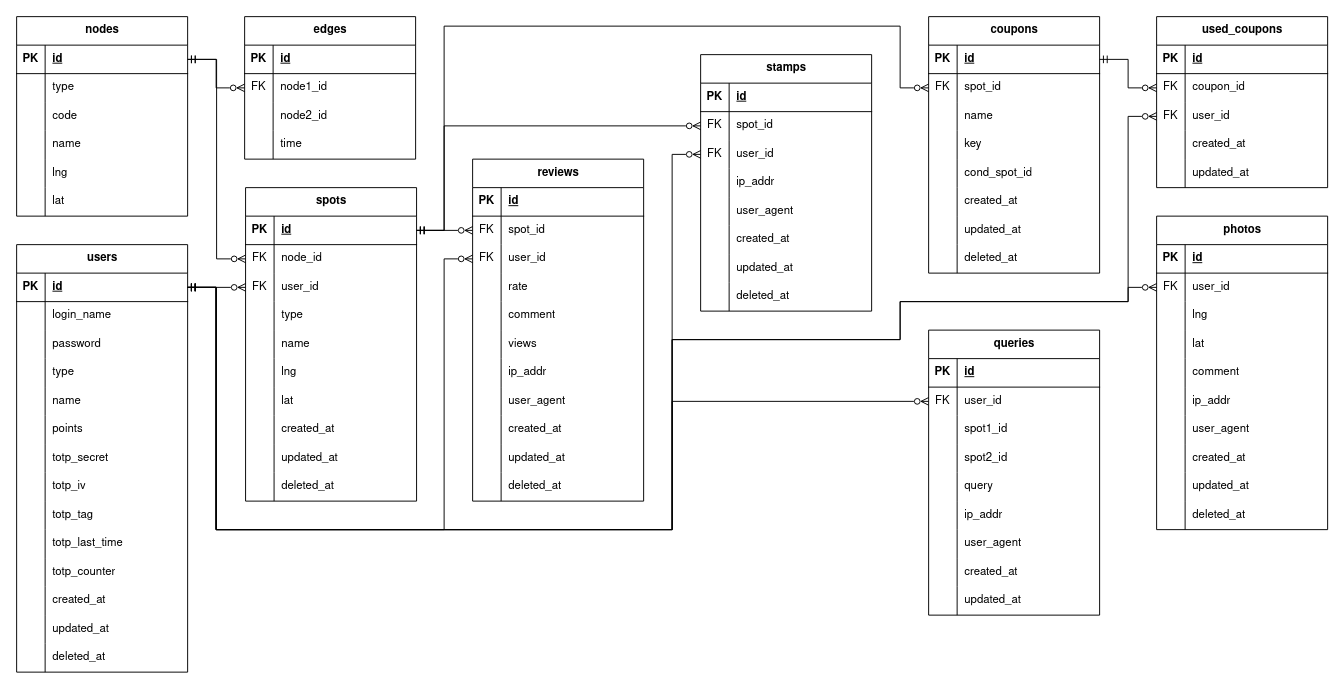
Above: docs/figure/gaibu-er.drawio in r02092/se2025 (draw.io), before the change. Source tidied: cells renumbered, new cells numbered last; positions are measured from the earlier drawing's top-left corner, leaving out a move shared by most shapes. Both pictures are drawn from the tidied source at 95%, with x=0, y=0 at pixel (16, 16).
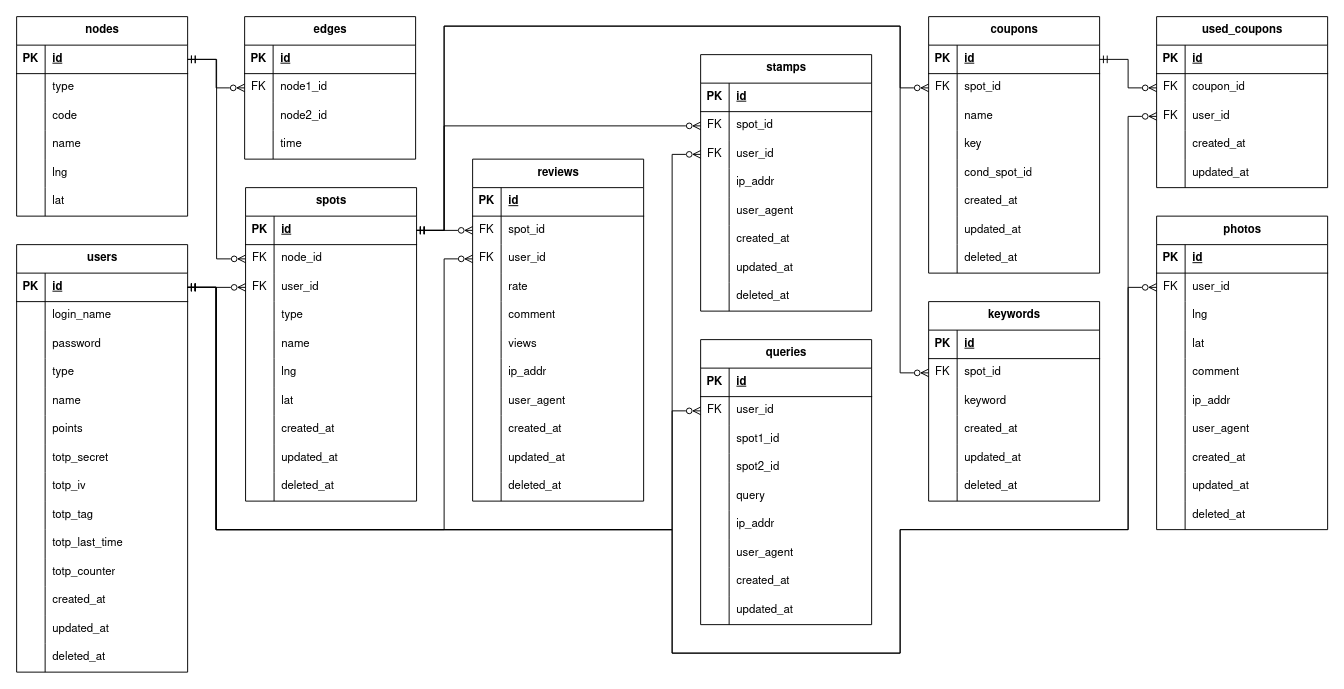
The same page after the edit.

Commit message (it also covers changes not shown here):
スポットに関連付けたキーワード(作品名など)を保存するテーブルを追加

The change refers to these unchanged cells:
```xml
<mxCell id="36" style="shape=tableRow;horizontal=0;startSize=0;swimlaneHead=0;swimlaneBody=0;fillColor=none;points=[[0,0.5],[1,0.5]];portConstraint=eastwest;top=0;left=0;right=0;bottom=1;fontFamily=Nimbus Sans;" parent="35" vertex="1">
  <mxGeometry y="30" width="180" height="30" as="geometry" />
</mxCell>
<mxCell id="68" style="shape=tableRow;horizontal=0;startSize=0;swimlaneHead=0;swimlaneBody=0;fillColor=none;points=[[0,0.5],[1,0.5]];portConstraint=eastwest;top=0;left=0;right=0;bottom=1;fontFamily=Nimbus Sans;" parent="67" vertex="1">
  <mxGeometry y="30" width="180" height="30" as="geometry" />
</mxCell>
<mxCell id="148" style="shape=tableRow;horizontal=0;startSize=0;swimlaneHead=0;swimlaneBody=0;fillColor=none;points=[[0,0.5],[1,0.5]];portConstraint=eastwest;top=0;left=0;right=0;bottom=0;fontFamily=Nimbus Sans;" parent="144" vertex="1">
  <mxGeometry y="60" width="180" height="30" as="geometry" />
</mxCell>
<mxCell id="239" style="shape=tableRow;horizontal=0;startSize=0;swimlaneHead=0;swimlaneBody=0;fillColor=none;points=[[0,0.5],[1,0.5]];portConstraint=eastwest;top=0;left=0;right=0;bottom=0;fontFamily=Nimbus Sans;" parent="232" vertex="1">
  <mxGeometry y="90" width="180" height="30" as="geometry" />
</mxCell>
<mxCell id="254" style="shape=tableRow;horizontal=0;startSize=0;swimlaneHead=0;swimlaneBody=0;fillColor=none;points=[[0,0.5],[1,0.5]];portConstraint=eastwest;top=0;left=0;right=0;bottom=0;fontFamily=Nimbus Sans;" parent="250" vertex="1">
  <mxGeometry y="60" width="180" height="30" as="geometry" />
</mxCell>
```

What changed in the source:
```diff
@@
     <mxCell id="201" style="edgeStyle=orthogonalEdgeStyle;rounded=0;jettySize=auto;html=1;exitX=1;exitY=0.5;exitDx=0;exitDy=0;startArrow=ERmandOne;startFill=0;endArrow=ERzeroToMany;endFill=0;entryX=0;entryY=0.5;entryDx=0;entryDy=0;" parent="1" edge="1" source="68" target="148">
       <mxGeometry relative="1" as="geometry">
         <Array as="points">
           <mxPoint x="210" y="285" />
           <mxPoint x="210" y="540" />
           <mxPoint x="690" y="540" />
-          <mxPoint x="690" y="340" />
-          <mxPoint x="930" y="340" />
-          <mxPoint x="930" y="300" />
-          <mxPoint x="1170" y="300" />
+          <mxPoint x="690" y="670" />
+          <mxPoint x="930" y="670" />
+          <mxPoint x="930" y="540" />
+          <mxPoint x="1170" y="540" />
           <mxPoint x="1170" y="285" />
         </Array>
       </mxGeometry>
     </mxCell>
@@
     <mxCell id="249" style="edgeStyle=orthogonalEdgeStyle;rounded=0;jettySize=auto;html=1;exitX=1;exitY=0.5;exitDx=0;exitDy=0;entryX=0;entryY=0.5;entryDx=0;entryDy=0;startArrow=ERmandOne;startFill=0;endArrow=ERzeroToMany;endFill=0;" parent="1" edge="1" source="68" target="239">
       <mxGeometry relative="1" as="geometry">
         <Array as="points">
           <mxPoint x="210" y="285" />
           <mxPoint x="210" y="540" />
           <mxPoint x="690" y="540" />
-          <mxPoint x="690" y="340" />
-          <mxPoint x="930" y="340" />
-          <mxPoint x="930" y="300" />
-          <mxPoint x="1170" y="300" />
+          <mxPoint x="690" y="670" />
+          <mxPoint x="930" y="670" />
+          <mxPoint x="930" y="540" />
+          <mxPoint x="1170" y="540" />
           <mxPoint x="1170" y="105" />
         </Array>
       </mxGeometry>
     </mxCell>
     <mxCell id="250" value="queries" style="shape=table;startSize=30;childLayout=tableLayout;rowLines=0;fontStyle=1;align=center;html=1;fontFamily=Nimbus Sans;" parent="1" vertex="1">
-      <mxGeometry x="960" y="330" width="180" height="300" as="geometry" />
+      <mxGeometry x="720" y="340" width="180" height="300" as="geometry" />
     </mxCell>
@@
     <mxCell id="278" style="edgeStyle=orthogonalEdgeStyle;rounded=0;jettySize=auto;html=1;exitX=1;exitY=0.5;exitDx=0;exitDy=0;entryX=0;entryY=0.5;entryDx=0;entryDy=0;startArrow=ERmandOne;startFill=0;endArrow=ERzeroToMany;endFill=0;" parent="1" edge="1" source="68" target="254">
       <mxGeometry relative="1" as="geometry">
         <Array as="points">
           <mxPoint x="210" y="285" />
           <mxPoint x="210" y="540" />
           <mxPoint x="690" y="540" />
-          <mxPoint x="690" y="405" />
+          <mxPoint x="690" y="415" />
         </Array>
       </mxGeometry>
     </mxCell>
+    <mxCell id="279" value="keywords" style="shape=table;startSize=30;childLayout=tableLayout;rowLines=0;fontStyle=1;align=center;html=1;fontFamily=Nimbus Sans;" parent="1" vertex="1">
+      <mxGeometry x="960" y="300" width="180" height="210" as="geometry" />
+    </mxCell>
+    <mxCell id="280" style="shape=tableRow;horizontal=0;startSize=0;swimlaneHead=0;swimlaneBody=0;fillColor=none;top=0;left=0;right=0;bottom=1;fontFamily=Nimbus Sans;" parent="279" vertex="1">
+      <mxGeometry y="30" width="180" height="30" as="geometry" />
+    </mxCell>
+    <mxCell id="281" value="PK" style="shape=partialRectangle;fillColor=none;top=0;left=0;bottom=0;right=0;fontStyle=1;overflow=hidden;whiteSpace=wrap;html=1;fontFamily=Nimbus Sans;" parent="280" vertex="1">
+      <mxGeometry width="30" height="30" as="geometry" />
+    </mxCell>
+    <mxCell id="282" value="id" style="shape=partialRectangle;fillColor=none;top=0;left=0;bottom=0;right=0;align=left;spacingLeft=6;fontStyle=5;overflow=hidden;whiteSpace=wrap;html=1;fontFamily=Nimbus Sans;" parent="280" vertex="1">
+      <mxGeometry x="30" width="150" height="30" as="geometry" />
+    </mxCell>
+    <mxCell id="283" style="shape=tableRow;horizontal=0;startSize=0;swimlaneHead=0;swimlaneBody=0;fillColor=none;points=[[0,0.5],[1,0.5]];portConstraint=eastwest;top=0;left=0;right=0;bottom=0;fontFamily=Nimbus Sans;" parent="279" vertex="1">
+      <mxGeometry y="60" width="180" height="30" as="geometry" />
+    </mxCell>
+    <mxCell id="284" value="FK" style="shape=partialRectangle;fillColor=none;top=0;left=0;bottom=0;right=0;overflow=hidden;whiteSpace=wrap;html=1;fontFamily=Nimbus Sans;" parent="283" vertex="1">
+      <mxGeometry width="30" height="30" as="geometry" />
+    </mxCell>
+    <mxCell id="285" value="spot_id" style="shape=partialRectangle;fillColor=none;top=0;left=0;bottom=0;right=0;align=left;spacingLeft=6;overflow=hidden;whiteSpace=wrap;html=1;fontFamily=Nimbus Sans;" parent="283" vertex="1">
+      <mxGeometry x="30" width="150" height="30" as="geometry" />
+    </mxCell>
+    <mxCell id="286" style="shape=tableRow;horizontal=0;startSize=0;swimlaneHead=0;swimlaneBody=0;fillColor=none;top=0;left=0;right=0;bottom=0;fontFamily=Nimbus Sans;" parent="279" vertex="1">
+      <mxGeometry y="90" width="180" height="30" as="geometry" />
+    </mxCell>
+    <mxCell id="287" style="shape=partialRectangle;fillColor=none;top=0;left=0;bottom=0;right=0;overflow=hidden;whiteSpace=wrap;html=1;fontFamily=Nimbus Sans;" parent="286" vertex="1">
+      <mxGeometry width="30" height="30" as="geometry" />
+    </mxCell>
+    <mxCell id="288" value="keyword" style="shape=partialRectangle;fillColor=none;top=0;left=0;bottom=0;right=0;align=left;spacingLeft=6;overflow=hidden;whiteSpace=wrap;html=1;fontFamily=Nimbus Sans;" parent="286" vertex="1">
+      <mxGeometry x="30" width="150" height="30" as="geometry" />
+    </mxCell>
+    <mxCell id="289" style="shape=tableRow;horizontal=0;startSize=0;swimlaneHead=0;swimlaneBody=0;fillColor=none;top=0;left=0;right=0;bottom=0;fontFamily=Nimbus Sans;" parent="279" vertex="1">
+      <mxGeometry y="120" width="180" height="30" as="geometry" />
+    </mxCell>
+    <mxCell id="290" style="shape=partialRectangle;fillColor=none;top=0;left=0;bottom=0;right=0;overflow=hidden;whiteSpace=wrap;html=1;fontFamily=Nimbus Sans;" parent="289" vertex="1">
+      <mxGeometry width="30" height="30" as="geometry" />
+    </mxCell>
+    <mxCell id="291" value="&lt;div&gt;created_at&lt;/div&gt;" style="shape=partialRectangle;fillColor=none;top=0;left=0;bottom=0;right=0;align=left;spacingLeft=6;overflow=hidden;whiteSpace=wrap;html=1;fontFamily=Nimbus Sans;" parent="289" vertex="1">
+      <mxGeometry x="30" width="150" height="30" as="geometry" />
+    </mxCell>
+    <mxCell id="292" style="shape=tableRow;horizontal=0;startSize=0;swimlaneHead=0;swimlaneBody=0;fillColor=none;top=0;left=0;right=0;bottom=0;fontFamily=Nimbus Sans;" parent="279" vertex="1">
+      <mxGeometry y="150" width="180" height="30" as="geometry" />
+    </mxCell>
+    <mxCell id="293" style="shape=partialRectangle;fillColor=none;top=0;left=0;bottom=0;right=0;overflow=hidden;whiteSpace=wrap;html=1;fontFamily=Nimbus Sans;" parent="292" vertex="1">
+      <mxGeometry width="30" height="30" as="geometry" />
+    </mxCell>
+    <mxCell id="294" value="updated_at" style="shape=partialRectangle;fillColor=none;top=0;left=0;bottom=0;right=0;align=left;spacingLeft=6;overflow=hidden;whiteSpace=wrap;html=1;fontFamily=Nimbus Sans;" parent="292" vertex="1">
+      <mxGeometry x="30" width="150" height="30" as="geometry" />
+    </mxCell>
+    <mxCell id="295" style="shape=tableRow;horizontal=0;startSize=0;swimlaneHead=0;swimlaneBody=0;fillColor=none;top=0;left=0;right=0;bottom=0;fontFamily=Nimbus Sans;" parent="279" vertex="1">
+      <mxGeometry y="180" width="180" height="30" as="geometry" />
+    </mxCell>
+    <mxCell id="296" style="shape=partialRectangle;fillColor=none;top=0;left=0;bottom=0;right=0;overflow=hidden;whiteSpace=wrap;html=1;fontFamily=Nimbus Sans;" parent="295" vertex="1">
+      <mxGeometry width="30" height="30" as="geometry" />
+    </mxCell>
+    <mxCell id="297" value="deleted_at" style="shape=partialRectangle;fillColor=none;top=0;left=0;bottom=0;right=0;align=left;spacingLeft=6;overflow=hidden;whiteSpace=wrap;html=1;fontFamily=Nimbus Sans;" parent="295" vertex="1">
+      <mxGeometry x="30" width="150" height="30" as="geometry" />
+    </mxCell>
+    <mxCell id="298" style="edgeStyle=orthogonalEdgeStyle;rounded=0;jettySize=auto;html=1;exitX=1;exitY=0.5;exitDx=0;exitDy=0;entryX=0;entryY=0.5;entryDx=0;entryDy=0;startArrow=ERmandOne;startFill=0;endArrow=ERzeroToMany;endFill=0;" parent="1" edge="1" source="36" target="283">
+      <mxGeometry relative="1" as="geometry">
+        <Array as="points">
+          <mxPoint x="450" y="225" />
+          <mxPoint x="450" y="10" />
+          <mxPoint x="930" y="10" />
+          <mxPoint x="930" y="375" />
+        </Array>
+      </mxGeometry>
+    </mxCell>
```
